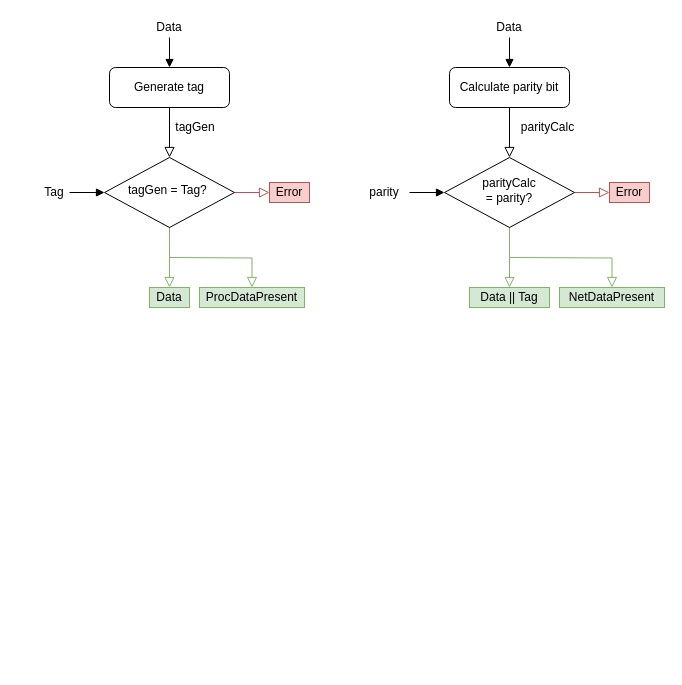
This is docs/send_receive_flowchart.drawio from featherbear/UNSW-COMP3211, a draw.io file, before an edit. Source tidied: cells renumbered, new cells numbered last; positions are measured from the earlier drawing's top-left corner, leaving out a move shared by most shapes. Both pictures are drawn from the tidied source at 100%, with x=0, y=0 at pixel (39, 17).
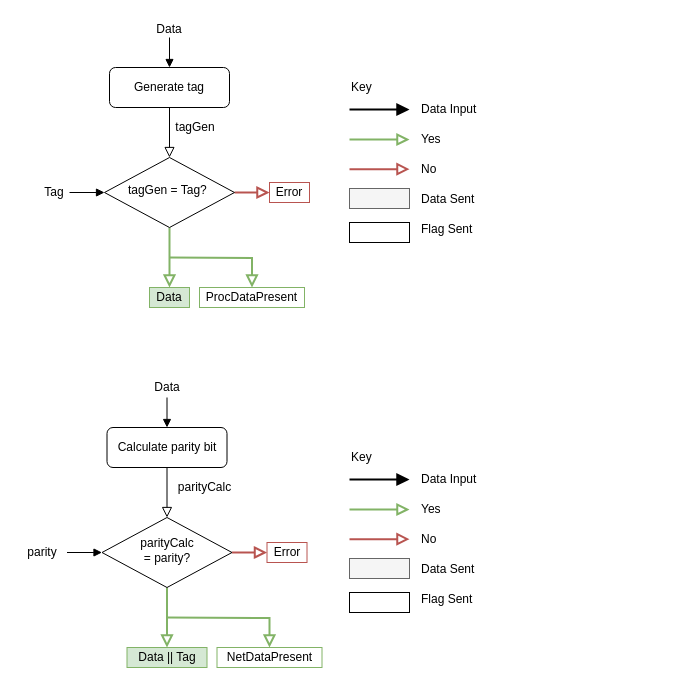
After the change.

The change refers to these unchanged cells:
```xml
<mxCell id="4" value="Generate tag" style="rounded=1;whiteSpace=wrap;html=1;fontSize=12;glass=0;strokeWidth=1;shadow=0;" parent="1" vertex="1">
  <mxGeometry x="70" y="50" width="120" height="40" as="geometry" />
</mxCell>
<mxCell id="8" value="tagGen = Tag?&amp;nbsp;" style="rhombus;whiteSpace=wrap;html=1;shadow=0;fontFamily=Helvetica;fontSize=12;align=center;strokeWidth=1;spacing=6;spacingTop=-4;" parent="1" vertex="1">
  <mxGeometry x="65" y="140" width="130" height="70" as="geometry" />
</mxCell>
<mxCell id="13" value="Data" style="text;html=1;strokeColor=#82b366;fillColor=#d5e8d4;align=center;verticalAlign=middle;whiteSpace=wrap;rounded=0;" parent="1" vertex="1">
  <mxGeometry x="110" y="270" width="40" height="20" as="geometry" />
</mxCell>
```

Diff of the diagram source:
```diff
@@
-    <mxCell id="2" style="rounded=0;html=1;jettySize=auto;fontSize=11;endArrow=block;endFill=0;endSize=8;strokeWidth=1;shadow=0;labelBackgroundColor=none;edgeStyle=orthogonalEdgeStyle;" parent="1" edge="1" source="4" target="8">
+    <mxCell id="2" style="rounded=0;html=1;jettySize=auto;fontSize=11;endArrow=block;endFill=0;endSize=8;strokeWidth=1;shadow=0;labelBackgroundColor=none;edgeStyle=orthogonalEdgeStyle;startSize=8;" parent="1" edge="1" source="4" target="8">
       <mxGeometry relative="1" as="geometry" />
     </mxCell>
@@
-    <mxCell id="6" style="edgeStyle=orthogonalEdgeStyle;rounded=0;jettySize=auto;html=1;exitX=0.5;exitY=1;exitDx=0;exitDy=0;startArrow=none;startFill=0;endArrow=block;endFill=0;startSize=8;endSize=8;fillColor=#d5e8d4;strokeColor=#82b366;entryX=0.5;entryY=0;entryDx=0;entryDy=0;" parent="1" edge="1" source="8" target="13">
+    <mxCell id="6" style="edgeStyle=orthogonalEdgeStyle;rounded=0;jettySize=auto;html=1;exitX=0.5;exitY=1;exitDx=0;exitDy=0;startArrow=none;startFill=0;endArrow=block;endFill=0;startSize=8;endSize=8;fillColor=#d5e8d4;strokeColor=#82b366;entryX=0.5;entryY=0;entryDx=0;entryDy=0;strokeWidth=2;" parent="1" edge="1" source="8" target="13">
       <mxGeometry relative="1" as="geometry" />
     </mxCell>
-    <mxCell id="7" style="edgeStyle=orthogonalEdgeStyle;rounded=0;jettySize=auto;html=1;exitX=1;exitY=0.5;exitDx=0;exitDy=0;entryX=0;entryY=0.5;entryDx=0;entryDy=0;startArrow=none;startFill=0;startSize=8;endArrow=block;endFill=0;endSize=8;fillColor=#f8cecc;strokeColor=#b85450;" parent="1" edge="1" source="8" target="15">
+    <mxCell id="7" style="edgeStyle=orthogonalEdgeStyle;rounded=0;jettySize=auto;html=1;exitX=1;exitY=0.5;exitDx=0;exitDy=0;entryX=0;entryY=0.5;entryDx=0;entryDy=0;startArrow=none;startFill=0;startSize=8;endArrow=block;endFill=0;endSize=8;fillColor=#f8cecc;strokeColor=#b85450;strokeWidth=2;" parent="1" edge="1" source="8" target="15">
       <mxGeometry relative="1" as="geometry" />
     </mxCell>
@@
-    <mxCell id="9" value="Data" style="text;html=1;strokeColor=none;fillColor=none;align=center;verticalAlign=middle;whiteSpace=wrap;rounded=0;" parent="1" vertex="1">
-      <mxGeometry x="110" width="40" height="20" as="geometry" />
+    <mxCell id="9" value="Key" style="text;html=1;strokeColor=none;fillColor=none;align=left;verticalAlign=middle;whiteSpace=wrap;rounded=0;" parent="1" vertex="1">
+      <mxGeometry x="310" y="60" width="40" height="20" as="geometry" />
     </mxCell>
@@
-    <mxCell id="12" style="edgeStyle=orthogonalEdgeStyle;rounded=0;jettySize=auto;html=1;startArrow=none;startFill=0;endArrow=block;endFill=0;startSize=8;endSize=8;entryX=0.5;entryY=0;entryDx=0;entryDy=0;fillColor=#d5e8d4;strokeColor=#82b366;" parent="1" edge="1" target="14">
+    <mxCell id="12" style="edgeStyle=orthogonalEdgeStyle;rounded=0;jettySize=auto;html=1;startArrow=none;startFill=0;endArrow=block;endFill=0;startSize=8;endSize=8;entryX=0.5;entryY=0;entryDx=0;entryDy=0;fillColor=#d5e8d4;strokeColor=#82b366;strokeWidth=2;" parent="1" edge="1" target="14">
       <mxGeometry relative="1" as="geometry">
         <mxPoint x="130" y="240" as="sourcePoint" />
       </mxGeometry>
     </mxCell>
@@
-    <mxCell id="14" value="ProcDataPresent" style="text;html=1;strokeColor=#82b366;fillColor=#d5e8d4;align=center;verticalAlign=middle;whiteSpace=wrap;rounded=0;" parent="1" vertex="1">
+    <mxCell id="14" value="ProcDataPresent" style="text;html=1;strokeColor=#82b366;align=center;verticalAlign=middle;whiteSpace=wrap;rounded=0;" parent="1" vertex="1">
       <mxGeometry x="160" y="270" width="105" height="20" as="geometry" />
     </mxCell>
-    <mxCell id="15" value="Error" style="text;html=1;strokeColor=#b85450;fillColor=#f8cecc;align=center;verticalAlign=middle;whiteSpace=wrap;rounded=0;" parent="1" vertex="1">
+    <mxCell id="15" value="Error" style="text;html=1;strokeColor=#b85450;align=center;verticalAlign=middle;whiteSpace=wrap;rounded=0;" parent="1" vertex="1">
       <mxGeometry x="230" y="165" width="40" height="20" as="geometry" />
     </mxCell>
@@
     <mxCell id="17" style="edgeStyle=orthogonalEdgeStyle;rounded=0;jettySize=auto;html=1;exitX=0.5;exitY=0;exitDx=0;exitDy=0;startArrow=block;startFill=1;endArrow=none;endFill=0;" parent="1" edge="1" source="18">
       <mxGeometry relative="1" as="geometry">
-        <mxPoint x="470" y="20" as="targetPoint" />
+        <mxPoint x="127.5" y="380" as="targetPoint" />
       </mxGeometry>
     </mxCell>
     <mxCell id="18" value="Calculate parity bit" style="rounded=1;whiteSpace=wrap;html=1;fontSize=12;glass=0;strokeWidth=1;shadow=0;" parent="1" vertex="1">
-      <mxGeometry x="410" y="50" width="120" height="40" as="geometry" />
+      <mxGeometry x="67.5" y="410" width="120" height="40" as="geometry" />
     </mxCell>
-    <mxCell id="19" style="edgeStyle=orthogonalEdgeStyle;rounded=0;jettySize=auto;html=1;exitX=0;exitY=0.5;exitDx=0;exitDy=0;startArrow=block;startFill=1;endArrow=none;endFill=0;entryX=1;entryY=0.5;entryDx=0;entryDy=0;" parent="1" edge="1" source="22" target="24">
-      <mxGeometry relative="1" as="geometry" />
+    <mxCell id="19" style="edgeStyle=orthogonalEdgeStyle;rounded=0;jettySize=auto;html=1;exitX=0;exitY=0.5;exitDx=0;exitDy=0;startArrow=block;startFill=1;endArrow=none;endFill=0;entryX=1;entryY=0.5;entryDx=0;entryDy=0;" parent="1" edge="1" source="22">
+      <mxGeometry relative="1" as="geometry">
+        <mxPoint x="27.5" y="535" as="targetPoint" />
+      </mxGeometry>
     </mxCell>
-    <mxCell id="20" style="edgeStyle=orthogonalEdgeStyle;rounded=0;jettySize=auto;html=1;exitX=0.5;exitY=1;exitDx=0;exitDy=0;startArrow=none;startFill=0;endArrow=block;endFill=0;startSize=8;endSize=8;fillColor=#d5e8d4;strokeColor=#82b366;entryX=0.5;entryY=0;entryDx=0;entryDy=0;" parent="1" edge="1" source="22" target="27">
+    <mxCell id="20" style="edgeStyle=orthogonalEdgeStyle;rounded=0;jettySize=auto;html=1;exitX=0.5;exitY=1;exitDx=0;exitDy=0;startArrow=none;startFill=0;endArrow=block;endFill=0;startSize=8;endSize=8;fillColor=#d5e8d4;strokeColor=#82b366;entryX=0.5;entryY=0;entryDx=0;entryDy=0;strokeWidth=2;" parent="1" edge="1" source="22" target="27">
       <mxGeometry relative="1" as="geometry" />
     </mxCell>
-    <mxCell id="21" style="edgeStyle=orthogonalEdgeStyle;rounded=0;jettySize=auto;html=1;exitX=1;exitY=0.5;exitDx=0;exitDy=0;entryX=0;entryY=0.5;entryDx=0;entryDy=0;startArrow=none;startFill=0;startSize=8;endArrow=block;endFill=0;endSize=8;fillColor=#f8cecc;strokeColor=#b85450;" parent="1" edge="1" source="22" target="29">
+    <mxCell id="21" style="edgeStyle=orthogonalEdgeStyle;rounded=0;jettySize=auto;html=1;exitX=1;exitY=0.5;exitDx=0;exitDy=0;entryX=0;entryY=0.5;entryDx=0;entryDy=0;startArrow=none;startFill=0;startSize=8;endArrow=block;endFill=0;endSize=8;fillColor=#f8cecc;strokeColor=#b85450;strokeWidth=2;" parent="1" edge="1" source="22" target="29">
       <mxGeometry relative="1" as="geometry" />
     </mxCell>
     <mxCell id="22" value="parityCalc &lt;br&gt;= parity?" style="rhombus;whiteSpace=wrap;html=1;shadow=0;fontFamily=Helvetica;fontSize=12;align=center;strokeWidth=1;spacing=6;spacingTop=-4;" parent="1" vertex="1">
-      <mxGeometry x="405" y="140" width="130" height="70" as="geometry" />
+      <mxGeometry x="62.5" y="500" width="130" height="70" as="geometry" />
     </mxCell>
     <mxCell id="23" value="Data" style="text;html=1;strokeColor=none;fillColor=none;align=center;verticalAlign=middle;whiteSpace=wrap;rounded=0;" parent="1" vertex="1">
-      <mxGeometry x="450" width="40" height="20" as="geometry" />
+      <mxGeometry x="107.5" y="360" width="40" height="20" as="geometry" />
     </mxCell>
     <mxCell id="24" value="parity" style="text;html=1;strokeColor=none;fillColor=none;align=center;verticalAlign=middle;whiteSpace=wrap;rounded=0;" parent="1" vertex="1">
-      <mxGeometry x="320" y="165" width="50" height="20" as="geometry" />
+      <mxGeometry x="-22.5" y="525" width="50" height="20" as="geometry" />
     </mxCell>
     <mxCell id="25" value="parityCalc" style="text;html=1;strokeColor=none;fillColor=none;align=center;verticalAlign=middle;whiteSpace=wrap;rounded=0;" parent="1" vertex="1">
-      <mxGeometry x="475.5" y="100" width="64.5" height="20" as="geometry" />
+      <mxGeometry x="133" y="460" width="64.5" height="20" as="geometry" />
     </mxCell>
-    <mxCell id="26" style="edgeStyle=orthogonalEdgeStyle;rounded=0;jettySize=auto;html=1;startArrow=none;startFill=0;endArrow=block;endFill=0;startSize=8;endSize=8;entryX=0.5;entryY=0;entryDx=0;entryDy=0;fillColor=#d5e8d4;strokeColor=#82b366;" parent="1" edge="1" target="28">
+    <mxCell id="26" style="edgeStyle=orthogonalEdgeStyle;rounded=0;jettySize=auto;html=1;startArrow=none;startFill=0;endArrow=block;endFill=0;startSize=8;endSize=8;entryX=0.5;entryY=0;entryDx=0;entryDy=0;fillColor=#d5e8d4;strokeColor=#82b366;strokeWidth=2;" parent="1" edge="1" target="28">
       <mxGeometry relative="1" as="geometry">
-        <mxPoint x="470" y="240" as="sourcePoint" />
+        <mxPoint x="127.5" y="600" as="sourcePoint" />
       </mxGeometry>
     </mxCell>
     <mxCell id="27" value="Data || Tag" style="text;html=1;strokeColor=#82b366;fillColor=#d5e8d4;align=center;verticalAlign=middle;whiteSpace=wrap;rounded=0;" parent="1" vertex="1">
-      <mxGeometry x="430" y="270" width="80" height="20" as="geometry" />
+      <mxGeometry x="87.5" y="630" width="80" height="20" as="geometry" />
     </mxCell>
-    <mxCell id="28" value="NetDataPresent" style="text;html=1;strokeColor=#82b366;fillColor=#d5e8d4;align=center;verticalAlign=middle;whiteSpace=wrap;rounded=0;" parent="1" vertex="1">
-      <mxGeometry x="520" y="270" width="105" height="20" as="geometry" />
+    <mxCell id="28" value="NetDataPresent" style="text;html=1;strokeColor=#82b366;align=center;verticalAlign=middle;whiteSpace=wrap;rounded=0;" parent="1" vertex="1">
+      <mxGeometry x="177.5" y="630" width="105" height="20" as="geometry" />
     </mxCell>
-    <mxCell id="29" value="Error" style="text;html=1;strokeColor=#b85450;fillColor=#f8cecc;align=center;verticalAlign=middle;whiteSpace=wrap;rounded=0;" parent="1" vertex="1">
-      <mxGeometry x="570" y="165" width="40" height="20" as="geometry" />
+    <mxCell id="29" value="Error" style="text;html=1;strokeColor=#b85450;align=center;verticalAlign=middle;whiteSpace=wrap;rounded=0;" parent="1" vertex="1">
+      <mxGeometry x="227.5" y="525" width="40" height="20" as="geometry" />
     </mxCell>
+    <mxCell id="30" style="endArrow=block;html=1;strokeWidth=2;fillColor=#d5e8d4;strokeColor=#82b366;endFill=0;endSize=8;" parent="1" edge="1">
+      <mxGeometry relative="1" as="geometry">
+        <mxPoint x="310" y="122" as="sourcePoint" />
+        <mxPoint x="370" y="122" as="targetPoint" />
+      </mxGeometry>
+    </mxCell>
+    <mxCell id="31" style="endArrow=block;html=1;strokeWidth=2;fillColor=#f8cecc;strokeColor=#b85450;endFill=0;endSize=8;" parent="1" edge="1">
+      <mxGeometry relative="1" as="geometry">
+        <mxPoint x="310" y="151.7" as="sourcePoint" />
+        <mxPoint x="370" y="151.7" as="targetPoint" />
+      </mxGeometry>
+    </mxCell>
+    <mxCell id="32" value="Yes" style="text;html=1;strokeColor=none;fillColor=none;align=left;verticalAlign=middle;whiteSpace=wrap;rounded=0;" parent="1" vertex="1">
+      <mxGeometry x="380" y="112" width="40" height="20" as="geometry" />
+    </mxCell>
+    <mxCell id="33" value="No" style="text;html=1;strokeColor=none;fillColor=none;align=left;verticalAlign=middle;whiteSpace=wrap;rounded=0;" parent="1" vertex="1">
+      <mxGeometry x="380" y="142" width="40" height="20" as="geometry" />
+    </mxCell>
+    <mxCell id="34" value="Data" style="text;html=1;strokeColor=none;fillColor=none;align=center;verticalAlign=middle;whiteSpace=wrap;rounded=0;" parent="1" vertex="1">
+      <mxGeometry x="110" y="2" width="40" height="20" as="geometry" />
+    </mxCell>
+    <mxCell id="35" style="text;html=1;align=center;verticalAlign=middle;whiteSpace=wrap;rounded=0;strokeColor=#666666;fillColor=#f5f5f5;fontColor=#333333;" parent="1" vertex="1">
+      <mxGeometry x="310" y="171" width="60" height="20" as="geometry" />
+    </mxCell>
+    <mxCell id="36" style="text;html=1;align=center;verticalAlign=middle;whiteSpace=wrap;rounded=0;strokeColor=#000000;" parent="1" vertex="1">
+      <mxGeometry x="310" y="205" width="60" height="20" as="geometry" />
+    </mxCell>
+    <mxCell id="37" value="Data Sent" style="text;html=1;strokeColor=none;fillColor=none;align=left;verticalAlign=middle;whiteSpace=wrap;rounded=0;" parent="1" vertex="1">
+      <mxGeometry x="380" y="172" width="60" height="20" as="geometry" />
+    </mxCell>
+    <mxCell id="38" value="Flag Sent" style="text;html=1;strokeColor=none;fillColor=none;align=left;verticalAlign=middle;whiteSpace=wrap;rounded=0;" parent="1" vertex="1">
+      <mxGeometry x="380" y="202" width="60" height="20" as="geometry" />
+    </mxCell>
+    <mxCell id="39" style="endArrow=block;html=1;strokeWidth=2;endFill=1;endSize=8;" parent="1" edge="1">
+      <mxGeometry relative="1" as="geometry">
+        <mxPoint x="310" y="92" as="sourcePoint" />
+        <mxPoint x="370" y="92" as="targetPoint" />
+      </mxGeometry>
+    </mxCell>
+    <mxCell id="40" value="Data Input" style="text;html=1;strokeColor=none;fillColor=none;align=left;verticalAlign=middle;whiteSpace=wrap;rounded=0;" parent="1" vertex="1">
+      <mxGeometry x="380" y="82" width="60" height="20" as="geometry" />
+    </mxCell>
+    <mxCell id="41" value="Key" style="text;html=1;strokeColor=none;fillColor=none;align=left;verticalAlign=middle;whiteSpace=wrap;rounded=0;" parent="1" vertex="1">
+      <mxGeometry x="310" y="430" width="40" height="20" as="geometry" />
+    </mxCell>
+    <mxCell id="42" style="endArrow=block;html=1;strokeWidth=2;fillColor=#d5e8d4;strokeColor=#82b366;endFill=0;endSize=8;" parent="1" edge="1">
+      <mxGeometry relative="1" as="geometry">
+        <mxPoint x="310" y="492" as="sourcePoint" />
+        <mxPoint x="370" y="492" as="targetPoint" />
+      </mxGeometry>
+    </mxCell>
+    <mxCell id="43" style="endArrow=block;html=1;strokeWidth=2;fillColor=#f8cecc;strokeColor=#b85450;endFill=0;endSize=8;" parent="1" edge="1">
+      <mxGeometry relative="1" as="geometry">
+        <mxPoint x="310" y="521.7" as="sourcePoint" />
+        <mxPoint x="370" y="521.7" as="targetPoint" />
+      </mxGeometry>
+    </mxCell>
+    <mxCell id="44" value="Yes" style="text;html=1;strokeColor=none;fillColor=none;align=left;verticalAlign=middle;whiteSpace=wrap;rounded=0;" parent="1" vertex="1">
+      <mxGeometry x="380" y="482" width="40" height="20" as="geometry" />
+    </mxCell>
+    <mxCell id="45" value="No" style="text;html=1;strokeColor=none;fillColor=none;align=left;verticalAlign=middle;whiteSpace=wrap;rounded=0;" parent="1" vertex="1">
+      <mxGeometry x="380" y="512" width="40" height="20" as="geometry" />
+    </mxCell>
+    <mxCell id="46" style="text;html=1;align=center;verticalAlign=middle;whiteSpace=wrap;rounded=0;strokeColor=#666666;fillColor=#f5f5f5;fontColor=#333333;" parent="1" vertex="1">
+      <mxGeometry x="310" y="541" width="60" height="20" as="geometry" />
+    </mxCell>
+    <mxCell id="47" style="text;html=1;align=center;verticalAlign=middle;whiteSpace=wrap;rounded=0;strokeColor=#000000;" parent="1" vertex="1">
+      <mxGeometry x="310" y="575" width="60" height="20" as="geometry" />
+    </mxCell>
+    <mxCell id="48" value="Data Sent" style="text;html=1;strokeColor=none;fillColor=none;align=left;verticalAlign=middle;whiteSpace=wrap;rounded=0;" parent="1" vertex="1">
+      <mxGeometry x="380" y="542" width="60" height="20" as="geometry" />
+    </mxCell>
+    <mxCell id="49" value="Flag Sent" style="text;html=1;strokeColor=none;fillColor=none;align=left;verticalAlign=middle;whiteSpace=wrap;rounded=0;" parent="1" vertex="1">
+      <mxGeometry x="380" y="572" width="60" height="20" as="geometry" />
+    </mxCell>
+    <mxCell id="50" style="endArrow=block;html=1;strokeWidth=2;endFill=1;endSize=8;" parent="1" edge="1">
+      <mxGeometry relative="1" as="geometry">
+        <mxPoint x="310" y="462" as="sourcePoint" />
+        <mxPoint x="370" y="462" as="targetPoint" />
+      </mxGeometry>
+    </mxCell>
+    <mxCell id="51" value="Data Input" style="text;html=1;strokeColor=none;fillColor=none;align=left;verticalAlign=middle;whiteSpace=wrap;rounded=0;" parent="1" vertex="1">
+      <mxGeometry x="380" y="452" width="60" height="20" as="geometry" />
+    </mxCell>
```
